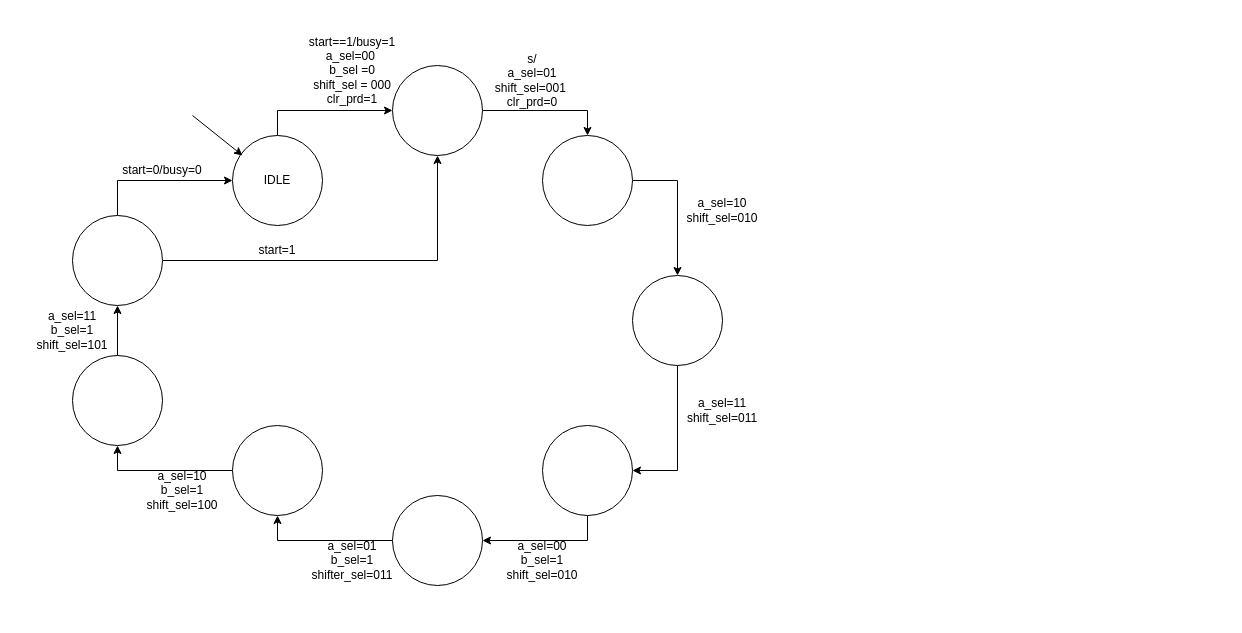
lioriky6/lioriky6 keeps this draw.io diagram as Untitled Diagram.drawio. Above is the earlier version. Source tidied: cells renumbered, new cells numbered last; positions are measured from the earlier drawing's top-left corner, leaving out a move shared by most shapes. Both pictures are drawn from the tidied source at 100%, with x=0, y=0 at pixel (42, 55).
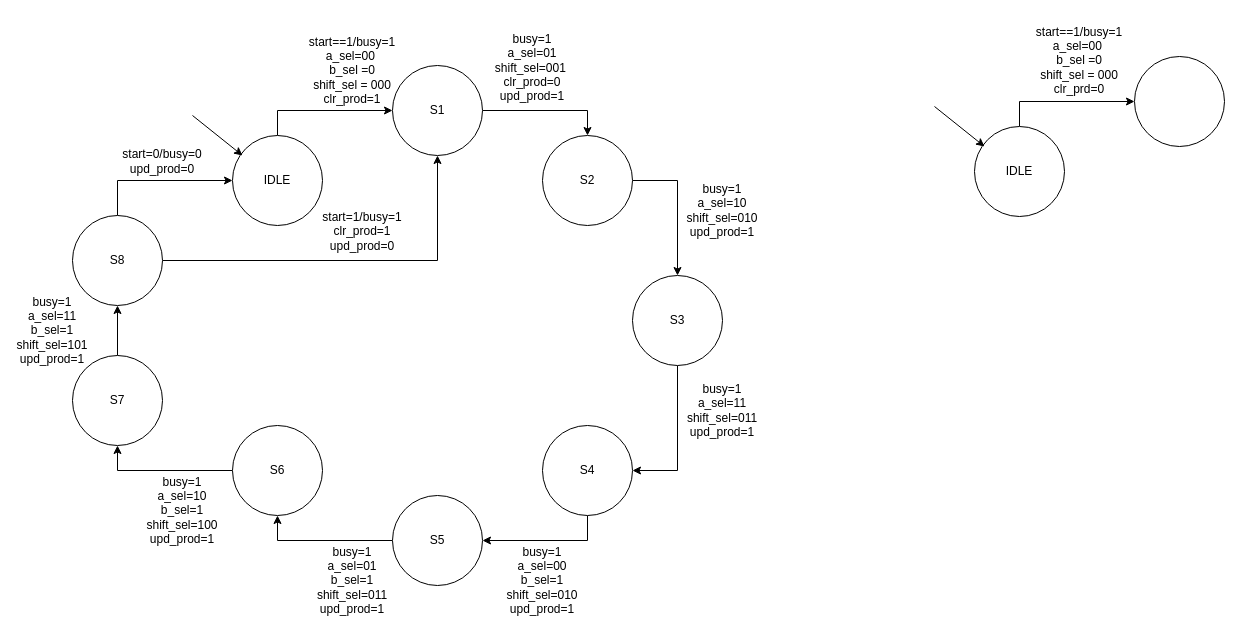
The same page after the edit.

Change to the diagram source:
```diff
@@
-    <mxCell id="5" style="ellipse;whiteSpace=wrap;html=1;" parent="1" vertex="1">
+    <mxCell id="5" value="S1" style="ellipse;whiteSpace=wrap;html=1;" parent="1" vertex="1">
       <mxGeometry x="350" y="10" width="90" height="90" as="geometry" />
     </mxCell>
@@
-    <mxCell id="7" style="ellipse;whiteSpace=wrap;html=1;" parent="1" vertex="1">
+    <mxCell id="7" value="S2" style="ellipse;whiteSpace=wrap;html=1;" parent="1" vertex="1">
       <mxGeometry x="500" y="80" width="90" height="90" as="geometry" />
     </mxCell>
@@
-    <mxCell id="9" style="ellipse;whiteSpace=wrap;html=1;" parent="1" vertex="1">
+    <mxCell id="9" value="S6" style="ellipse;whiteSpace=wrap;html=1;" parent="1" vertex="1">
       <mxGeometry x="190" y="370" width="90" height="90" as="geometry" />
     </mxCell>
@@
-    <mxCell id="11" style="ellipse;whiteSpace=wrap;html=1;" parent="1" vertex="1">
+    <mxCell id="11" value="S5" style="ellipse;whiteSpace=wrap;html=1;" parent="1" vertex="1">
       <mxGeometry x="350" y="440" width="90" height="90" as="geometry" />
     </mxCell>
@@
-    <mxCell id="13" style="ellipse;whiteSpace=wrap;html=1;" parent="1" vertex="1">
+    <mxCell id="13" value="S4" style="ellipse;whiteSpace=wrap;html=1;" parent="1" vertex="1">
       <mxGeometry x="500" y="370" width="90" height="90" as="geometry" />
     </mxCell>
@@
-    <mxCell id="16" style="ellipse;whiteSpace=wrap;html=1;" parent="1" vertex="1">
+    <mxCell id="16" value="S8" style="ellipse;whiteSpace=wrap;html=1;" parent="1" vertex="1">
       <mxGeometry x="30" y="160" width="90" height="90" as="geometry" />
     </mxCell>
@@
-    <mxCell id="18" style="ellipse;whiteSpace=wrap;html=1;" parent="1" vertex="1">
+    <mxCell id="18" value="S7" style="ellipse;whiteSpace=wrap;html=1;" parent="1" vertex="1">
       <mxGeometry x="30" y="300" width="90" height="90" as="geometry" />
     </mxCell>
@@
-    <mxCell id="20" style="ellipse;whiteSpace=wrap;html=1;" parent="1" vertex="1">
+    <mxCell id="20" value="S3" style="ellipse;whiteSpace=wrap;html=1;" parent="1" vertex="1">
       <mxGeometry x="590" y="220" width="90" height="90" as="geometry" />
     </mxCell>
@@
-    <mxCell id="22" value="start=0/busy=0" style="text;html=1;align=center;verticalAlign=middle;whiteSpace=wrap;rounded=0;" parent="1" vertex="1">
-      <mxGeometry x="90" y="100" width="60" height="30" as="geometry" />
+    <mxCell id="22" value="start=0/busy=0&lt;div&gt;upd_prod=0&lt;/div&gt;" style="text;html=1;align=center;verticalAlign=middle;whiteSpace=wrap;rounded=0;" parent="1" vertex="1">
+      <mxGeometry x="90" y="91" width="60" height="30" as="geometry" />
     </mxCell>
-    <mxCell id="23" value="start==1/busy=1&lt;div&gt;a_sel=00&amp;nbsp;&lt;/div&gt;&lt;div&gt;&lt;span style=&quot;background-color: transparent; color: light-dark(rgb(0, 0, 0), rgb(255, 255, 255));&quot;&gt;b_sel =0&lt;/span&gt;&lt;/div&gt;&lt;div&gt;shift_sel = 000&lt;/div&gt;&lt;div&gt;clr_prd=1&lt;/div&gt;" style="text;html=1;align=center;verticalAlign=middle;whiteSpace=wrap;rounded=0;" parent="1" vertex="1">
+    <mxCell id="23" value="start==1/busy=1&lt;div&gt;a_sel=00&amp;nbsp;&lt;/div&gt;&lt;div&gt;&lt;span style=&quot;background-color: transparent; color: light-dark(rgb(0, 0, 0), rgb(255, 255, 255));&quot;&gt;b_sel =0&lt;/span&gt;&lt;/div&gt;&lt;div&gt;shift_sel = 000&lt;/div&gt;&lt;div&gt;clr_prod=1&lt;/div&gt;" style="text;html=1;align=center;verticalAlign=middle;whiteSpace=wrap;rounded=0;" parent="1" vertex="1">
       <mxGeometry x="255" width="110" height="30" as="geometry" />
     </mxCell>
-    <mxCell id="24" value="&lt;div&gt;s/&lt;/div&gt;&lt;div&gt;a_sel=01&lt;/div&gt;&lt;div&gt;shift_sel=001&amp;nbsp;&lt;/div&gt;&lt;div&gt;clr_prd=0&lt;/div&gt;" style="text;html=1;align=center;verticalAlign=middle;whiteSpace=wrap;rounded=0;" parent="1" vertex="1">
-      <mxGeometry x="460" y="10" width="60" height="30" as="geometry" />
+    <mxCell id="24" value="&lt;div&gt;&lt;br&gt;&lt;/div&gt;&lt;div&gt;busy=1&lt;/div&gt;&lt;div&gt;a_sel=01&lt;/div&gt;&lt;div&gt;shift_sel=001&amp;nbsp;&lt;/div&gt;&lt;div&gt;clr_prod=0&lt;/div&gt;&lt;div&gt;upd_prod=1&lt;/div&gt;" style="text;html=1;align=center;verticalAlign=middle;whiteSpace=wrap;rounded=0;" parent="1" vertex="1">
+      <mxGeometry x="460" y="-10" width="60" height="30" as="geometry" />
     </mxCell>
-    <mxCell id="25" value="&lt;div&gt;a_sel=10&lt;/div&gt;&lt;div&gt;shift_sel=010&lt;/div&gt;" style="text;html=1;align=center;verticalAlign=middle;whiteSpace=wrap;rounded=0;" parent="1" vertex="1">
+    <mxCell id="25" value="&lt;div&gt;busy=1&lt;/div&gt;&lt;div&gt;a_sel=10&lt;/div&gt;&lt;div&gt;shift_sel=010&lt;/div&gt;&lt;div&gt;upd_prod=1&lt;/div&gt;" style="text;html=1;align=center;verticalAlign=middle;whiteSpace=wrap;rounded=0;" parent="1" vertex="1">
       <mxGeometry x="650" y="140" width="60" height="30" as="geometry" />
     </mxCell>
-    <mxCell id="26" value="&lt;div&gt;a_sel=11&lt;/div&gt;&lt;div&gt;shift_sel=011&lt;/div&gt;" style="text;html=1;align=center;verticalAlign=middle;whiteSpace=wrap;rounded=0;" parent="1" vertex="1">
+    <mxCell id="26" value="&lt;div&gt;busy=1&lt;/div&gt;&lt;div&gt;a_sel=11&lt;/div&gt;&lt;div&gt;shift_sel=011&lt;/div&gt;&lt;div&gt;upd_prod=1&lt;/div&gt;" style="text;html=1;align=center;verticalAlign=middle;whiteSpace=wrap;rounded=0;" parent="1" vertex="1">
       <mxGeometry x="650" y="340" width="60" height="30" as="geometry" />
     </mxCell>
-    <mxCell id="27" value="&lt;div&gt;a_sel=00&lt;/div&gt;&lt;div&gt;b_sel=1&lt;/div&gt;&lt;div&gt;shift_sel=010&lt;/div&gt;" style="text;html=1;align=center;verticalAlign=middle;whiteSpace=wrap;rounded=0;" parent="1" vertex="1">
-      <mxGeometry x="470" y="490" width="60" height="30" as="geometry" />
+    <mxCell id="27" value="&lt;div&gt;busy=1&lt;/div&gt;&lt;div&gt;a_sel=00&lt;/div&gt;&lt;div&gt;b_sel=1&lt;/div&gt;&lt;div&gt;shift_sel=010&lt;/div&gt;&lt;div&gt;upd_prod=1&lt;/div&gt;" style="text;html=1;align=center;verticalAlign=middle;whiteSpace=wrap;rounded=0;" parent="1" vertex="1">
+      <mxGeometry x="470" y="510" width="60" height="30" as="geometry" />
     </mxCell>
-    <mxCell id="28" value="&lt;div&gt;a_sel=01&lt;/div&gt;&lt;div&gt;b_sel=1&lt;/div&gt;&lt;div&gt;shifter_sel=011&lt;/div&gt;" style="text;html=1;align=center;verticalAlign=middle;whiteSpace=wrap;rounded=0;" parent="1" vertex="1">
-      <mxGeometry x="280" y="490" width="60" height="30" as="geometry" />
+    <mxCell id="28" value="&lt;div&gt;busy=1&lt;/div&gt;&lt;div&gt;a_sel=01&lt;/div&gt;&lt;div&gt;b_sel=1&lt;/div&gt;&lt;div&gt;shift_sel=011&lt;/div&gt;&lt;div&gt;upd_prod=1&lt;/div&gt;" style="text;html=1;align=center;verticalAlign=middle;whiteSpace=wrap;rounded=0;" parent="1" vertex="1">
+      <mxGeometry x="280" y="510" width="60" height="30" as="geometry" />
     </mxCell>
-    <mxCell id="29" value="&lt;div&gt;a_sel=10&lt;/div&gt;&lt;div&gt;b_sel=1&lt;/div&gt;&lt;div&gt;shift_sel=100&lt;/div&gt;" style="text;html=1;align=center;verticalAlign=middle;whiteSpace=wrap;rounded=0;" parent="1" vertex="1">
-      <mxGeometry x="110" y="420" width="60" height="30" as="geometry" />
+    <mxCell id="29" value="&lt;div&gt;busy=1&lt;/div&gt;&lt;div&gt;a_sel=10&lt;/div&gt;&lt;div&gt;b_sel=1&lt;/div&gt;&lt;div&gt;shift_sel=100&lt;/div&gt;&lt;div&gt;upd_prod=1&lt;/div&gt;" style="text;html=1;align=center;verticalAlign=middle;whiteSpace=wrap;rounded=0;" parent="1" vertex="1">
+      <mxGeometry x="110" y="440" width="60" height="30" as="geometry" />
     </mxCell>
-    <mxCell id="30" value="&lt;div&gt;a_sel=11&lt;/div&gt;&lt;div&gt;b_sel=1&lt;/div&gt;&lt;div&gt;shift_sel=101&lt;/div&gt;" style="text;html=1;align=center;verticalAlign=middle;whiteSpace=wrap;rounded=0;" parent="1" vertex="1">
-      <mxGeometry y="260" width="60" height="30" as="geometry" />
+    <mxCell id="30" value="&lt;div&gt;busy=1&lt;/div&gt;&lt;div&gt;a_sel=11&lt;/div&gt;&lt;div&gt;b_sel=1&lt;/div&gt;&lt;div&gt;shift_sel=101&lt;/div&gt;&lt;div&gt;upd_prod=1&lt;/div&gt;" style="text;html=1;align=center;verticalAlign=middle;whiteSpace=wrap;rounded=0;" parent="1" vertex="1">
+      <mxGeometry x="-20" y="260" width="60" height="30" as="geometry" />
     </mxCell>
-    <mxCell id="31" value="start=1" style="text;html=1;align=center;verticalAlign=middle;whiteSpace=wrap;rounded=0;" parent="1" vertex="1">
-      <mxGeometry x="205" y="180" width="60" height="30" as="geometry" />
+    <mxCell id="31" value="&lt;div&gt;&lt;span style=&quot;background-color: transparent; color: light-dark(rgb(0, 0, 0), rgb(255, 255, 255));&quot;&gt;start=1/busy=1&lt;/span&gt;&lt;/div&gt;&lt;div&gt;clr_prod=1&lt;/div&gt;&lt;div&gt;upd_prod=0&lt;/div&gt;" style="text;html=1;align=center;verticalAlign=middle;whiteSpace=wrap;rounded=0;" parent="1" vertex="1">
+      <mxGeometry x="290" y="161" width="60" height="30" as="geometry" />
     </mxCell>
+    <mxCell id="32" style="edgeStyle=orthogonalEdgeStyle;rounded=0;jettySize=auto;html=1;exitX=0.5;exitY=0;exitDx=0;exitDy=0;entryX=0;entryY=0.5;entryDx=0;entryDy=0;" parent="1" edge="1" source="33" target="34">
+      <mxGeometry relative="1" as="geometry" />
+    </mxCell>
+    <mxCell id="33" value="IDLE" style="ellipse;whiteSpace=wrap;html=1;" parent="1" vertex="1">
+      <mxGeometry x="932" y="71" width="90" height="90" as="geometry" />
+    </mxCell>
+    <mxCell id="34" style="ellipse;whiteSpace=wrap;html=1;" parent="1" vertex="1">
+      <mxGeometry x="1092" y="1" width="90" height="90" as="geometry" />
+    </mxCell>
+    <mxCell id="35" style="endArrow=classic;html=1;rounded=0;" parent="1" edge="1">
+      <mxGeometry relative="1" as="geometry">
+        <mxPoint x="892" y="51" as="sourcePoint" />
+        <mxPoint x="942" y="91" as="targetPoint" />
+      </mxGeometry>
+    </mxCell>
+    <mxCell id="36" value="start==1/busy=1&lt;div&gt;a_sel=00&amp;nbsp;&lt;/div&gt;&lt;div&gt;&lt;span style=&quot;background-color: transparent; color: light-dark(rgb(0, 0, 0), rgb(255, 255, 255));&quot;&gt;b_sel =0&lt;/span&gt;&lt;/div&gt;&lt;div&gt;shift_sel = 000&lt;/div&gt;&lt;div&gt;clr_prd=0&lt;/div&gt;" style="text;html=1;align=center;verticalAlign=middle;whiteSpace=wrap;rounded=0;" parent="1" vertex="1">
+      <mxGeometry x="982" y="-10" width="110" height="30" as="geometry" />
+    </mxCell>
```
